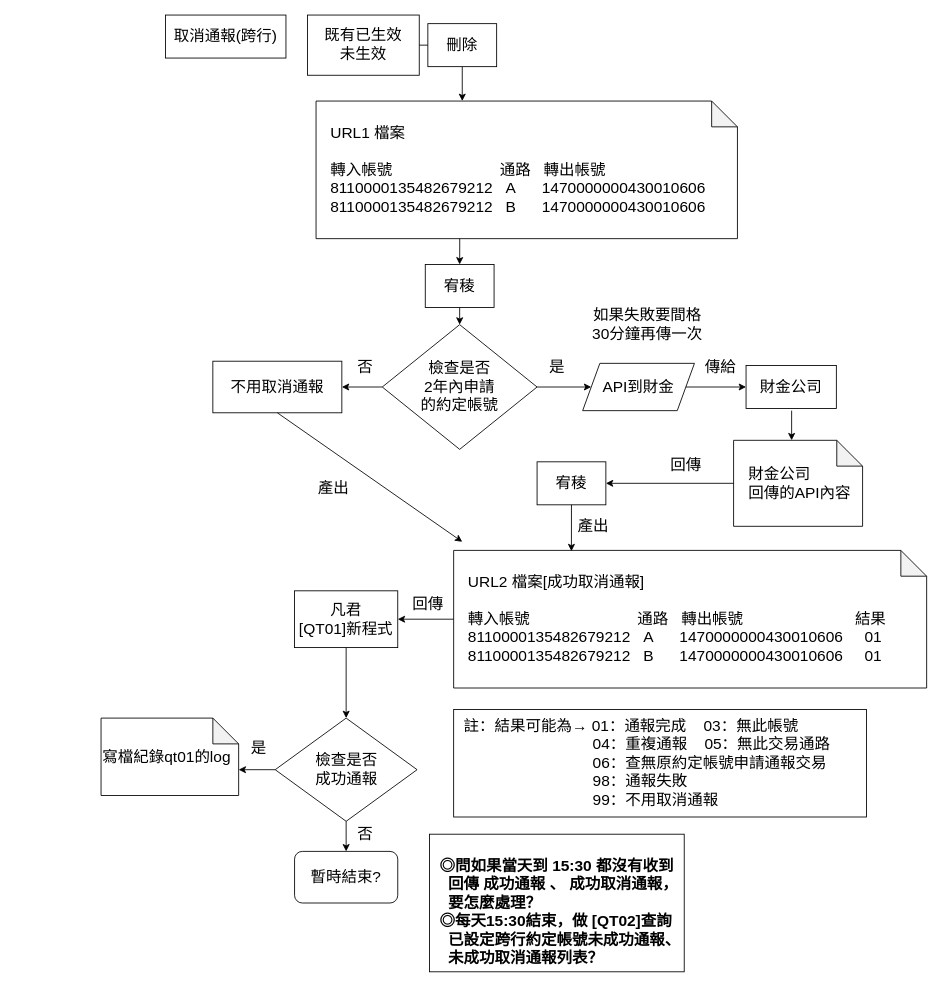
Earlier version of the draw.io diagram page "取消通報(跨行)" (4 of 7) of 約轉灰名單架構.drawio (yeahyeah0606/yeahyeah0606.github.io). Source tidied: cells renumbered, new cells numbered last; positions are measured from the earlier drawing's top-left corner, leaving out a move shared by most shapes. Both pictures are drawn from the tidied source at 86%, with x=0, y=0 at pixel (101, 15).
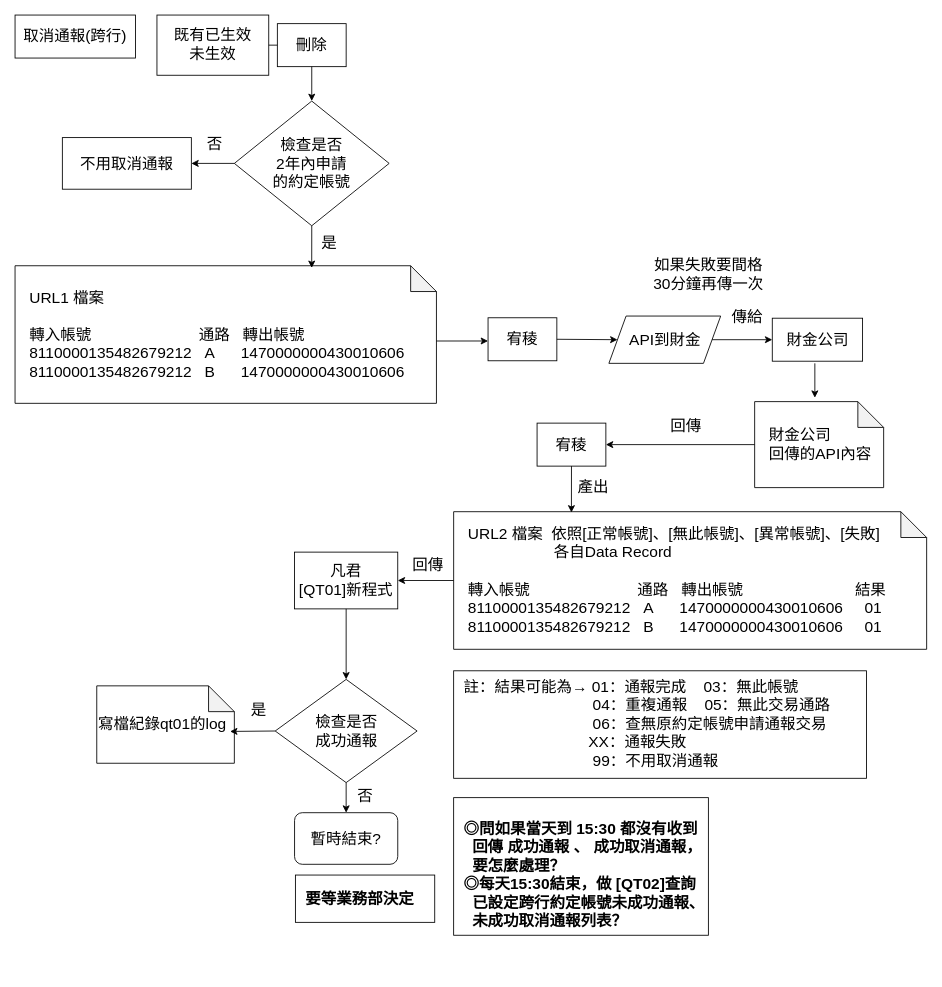
After the change.

Diff of the diagram source:
```diff
@@
     <mxCell id="2" value="&lt;font style=&quot;font-size: 18px;&quot;&gt;取消通報(跨行)&lt;/font&gt;" style="rounded=0;whiteSpace=wrap;html=1;" parent="1" vertex="1">
-      <mxGeometry x="75" width="140" height="50" as="geometry" />
+      <mxGeometry x="-100" width="140" height="50" as="geometry" />
     </mxCell>
     <mxCell id="3" value="&lt;font style=&quot;font-size: 18px;&quot;&gt;既有已生效&lt;br&gt;未生效&lt;br&gt;&lt;/font&gt;" style="rounded=0;whiteSpace=wrap;html=1;" parent="1" vertex="1">
-      <mxGeometry x="240" width="130" height="70" as="geometry" />
+      <mxGeometry x="65" width="130" height="70" as="geometry" />
     </mxCell>
     <mxCell id="4" value="&lt;font style=&quot;font-size: 18px;&quot;&gt;刪除&lt;/font&gt;" style="rounded=0;whiteSpace=wrap;html=1;" parent="1" vertex="1">
-      <mxGeometry x="380" y="10" width="80" height="50" as="geometry" />
+      <mxGeometry x="205" y="10" width="80" height="50" as="geometry" />
     </mxCell>
@@
     <mxCell id="6" value="&lt;font style=&quot;font-size: 18px;&quot;&gt;&amp;nbsp; &amp;nbsp;URL1 檔案&lt;br&gt;&lt;br&gt;&amp;nbsp; &amp;nbsp;轉入帳號&amp;nbsp; &amp;nbsp; &amp;nbsp; &amp;nbsp; &amp;nbsp; &amp;nbsp; &amp;nbsp; &amp;nbsp; &amp;nbsp; &amp;nbsp; &amp;nbsp; &amp;nbsp; &amp;nbsp;通路&amp;nbsp; &amp;nbsp;轉出帳號&lt;br&gt;&amp;nbsp; &amp;nbsp;8110000135482679212&amp;nbsp;&amp;nbsp;&amp;nbsp;&lt;/font&gt;&lt;font style=&quot;font-size: 18px;&quot;&gt;A&amp;nbsp; &amp;nbsp; &amp;nbsp;&amp;nbsp;&lt;/font&gt;&lt;font style=&quot;font-size: 18px;&quot;&gt;1470000000430010606&lt;br&gt;&lt;font style=&quot;border-color: var(--border-color);&quot;&gt;&amp;nbsp; &amp;nbsp;8110000135482679212&amp;nbsp; &amp;nbsp;B&lt;/font&gt;&lt;font style=&quot;border-color: var(--border-color);&quot;&gt;&amp;nbsp; &amp;nbsp; &amp;nbsp;&amp;nbsp;&lt;/font&gt;&lt;font style=&quot;border-color: var(--border-color);&quot;&gt;1470000000430010606&lt;/font&gt;&lt;br&gt;&lt;/font&gt;" style="shape=note;whiteSpace=wrap;html=1;backgroundOutline=1;darkOpacity=0.05;align=left;" parent="1" vertex="1">
-      <mxGeometry x="250" y="100" width="490" height="160" as="geometry" />
+      <mxGeometry x="-100" y="291.5" width="490" height="160" as="geometry" />
     </mxCell>
-    <mxCell id="7" value="&lt;font style=&quot;font-size: 18px;&quot;&gt;宥稜&lt;/font&gt;" style="rounded=0;whiteSpace=wrap;html=1;" parent="1" vertex="1">
-      <mxGeometry x="377" y="290" width="80" height="50" as="geometry" />
-    </mxCell>
     <mxCell id="8" value="&lt;span style=&quot;font-size: 18px;&quot;&gt;傳給&lt;/span&gt;" style="text;html=1;align=center;verticalAlign=middle;strokeColor=none;fillColor=none;" parent="1" vertex="1">
-      <mxGeometry x="690" y="390" width="60" height="40" as="geometry" />
+      <mxGeometry x="720.5" y="332" width="60" height="40" as="geometry" />
     </mxCell>
     <mxCell id="9" value="&lt;span style=&quot;font-size: 18px;&quot;&gt;API到財金&lt;/span&gt;" style="shape=parallelogram;perimeter=parallelogramPerimeter;whiteSpace=wrap;html=1;fixedSize=1;" parent="1" vertex="1">
-      <mxGeometry x="560" y="405" width="130" height="55" as="geometry" />
+      <mxGeometry x="590.5" y="350" width="130" height="55" as="geometry" />
     </mxCell>
     <mxCell id="10" value="&lt;span style=&quot;font-size: 18px;&quot;&gt;&amp;nbsp; &amp;nbsp;財金公司&lt;br&gt;&amp;nbsp; &amp;nbsp;回傳的API內容&lt;/span&gt;" style="shape=note;whiteSpace=wrap;html=1;backgroundOutline=1;darkOpacity=0.05;align=left;" parent="1" vertex="1">
-      <mxGeometry x="735.5" y="494.5" width="150" height="100" as="geometry" />
+      <mxGeometry x="760" y="449.5" width="150" height="100" as="geometry" />
     </mxCell>
     <mxCell id="11" value="&lt;font style=&quot;font-size: 18px;&quot;&gt;財金公司&lt;/font&gt;" style="rounded=0;whiteSpace=wrap;html=1;" parent="1" vertex="1">
-      <mxGeometry x="750" y="407.5" width="105" height="50" as="geometry" />
+      <mxGeometry x="780.5" y="352.5" width="105" height="50" as="geometry" />
     </mxCell>
@@
     <mxCell id="13" value="&lt;font style=&quot;font-size: 18px;&quot;&gt;如果失敗要間格&lt;br&gt;30分鐘再傳一次&lt;/font&gt;" style="text;html=1;align=center;verticalAlign=middle;strokeColor=none;fillColor=none;" parent="1" vertex="1">
-      <mxGeometry x="560" y="330" width="150" height="60" as="geometry" />
+      <mxGeometry x="630.5" y="272" width="150" height="60" as="geometry" />
     </mxCell>
     <mxCell id="14" value="&lt;span style=&quot;font-size: 18px;&quot;&gt;回傳&lt;/span&gt;" style="text;html=1;align=center;verticalAlign=middle;strokeColor=none;fillColor=none;" parent="1" vertex="1">
-      <mxGeometry x="650" y="502.5" width="60" height="40" as="geometry" />
+      <mxGeometry x="650" y="457.5" width="60" height="40" as="geometry" />
     </mxCell>
-    <mxCell id="15" value="&lt;font style=&quot;font-size: 18px;&quot;&gt;&amp;nbsp; &amp;nbsp;URL2 檔案[成功取消通報]&lt;br&gt;&lt;br&gt;&amp;nbsp; &amp;nbsp;轉入帳號&amp;nbsp; &amp;nbsp; &amp;nbsp; &amp;nbsp; &amp;nbsp; &amp;nbsp; &amp;nbsp; &amp;nbsp; &amp;nbsp; &amp;nbsp; &amp;nbsp; &amp;nbsp; &amp;nbsp;通路&amp;nbsp; &amp;nbsp;轉出帳號&amp;nbsp; &amp;nbsp; &amp;nbsp; &amp;nbsp; &amp;nbsp; &amp;nbsp; &amp;nbsp; &amp;nbsp; &amp;nbsp; &amp;nbsp; &amp;nbsp; &amp;nbsp; &amp;nbsp; 結果&lt;br&gt;&amp;nbsp; &amp;nbsp;8110000135482679212&amp;nbsp;&amp;nbsp;&amp;nbsp;&lt;/font&gt;&lt;font style=&quot;font-size: 18px;&quot;&gt;A&amp;nbsp; &amp;nbsp; &amp;nbsp;&amp;nbsp;&lt;/font&gt;&lt;font style=&quot;font-size: 18px;&quot;&gt;1470000000430010606&amp;nbsp; &amp;nbsp; &amp;nbsp;01&lt;br&gt;&lt;font style=&quot;border-color: var(--border-color);&quot;&gt;&amp;nbsp; &amp;nbsp;8110000135482679212&amp;nbsp; &amp;nbsp;B&lt;/font&gt;&lt;font style=&quot;border-color: var(--border-color);&quot;&gt;&amp;nbsp; &amp;nbsp; &amp;nbsp;&amp;nbsp;&lt;/font&gt;&lt;font style=&quot;border-color: var(--border-color);&quot;&gt;1470000000430010606&amp;nbsp; &amp;nbsp; &amp;nbsp;01&lt;/font&gt;&lt;br&gt;&lt;/font&gt;" style="shape=note;whiteSpace=wrap;html=1;backgroundOutline=1;darkOpacity=0.05;align=left;" parent="1" vertex="1">
-      <mxGeometry x="410" y="622.5" width="550" height="160" as="geometry" />
+    <mxCell id="15" value="&lt;font style=&quot;font-size: 18px;&quot;&gt;&amp;nbsp; &amp;nbsp;URL2 檔案&amp;nbsp; 依照[正常帳號]、[無此帳號]、[異常帳號]、[失敗]&lt;br style=&quot;border-color: var(--border-color);&quot;&gt;&amp;nbsp; &amp;nbsp; &amp;nbsp; &amp;nbsp; &amp;nbsp; &amp;nbsp; &amp;nbsp; &amp;nbsp; &amp;nbsp; &amp;nbsp; &amp;nbsp; &amp;nbsp;各自Data Record&lt;br&gt;&lt;br&gt;&amp;nbsp; &amp;nbsp;轉入帳號&amp;nbsp; &amp;nbsp; &amp;nbsp; &amp;nbsp; &amp;nbsp; &amp;nbsp; &amp;nbsp; &amp;nbsp; &amp;nbsp; &amp;nbsp; &amp;nbsp; &amp;nbsp; &amp;nbsp;通路&amp;nbsp; &amp;nbsp;轉出帳號&amp;nbsp; &amp;nbsp; &amp;nbsp; &amp;nbsp; &amp;nbsp; &amp;nbsp; &amp;nbsp; &amp;nbsp; &amp;nbsp; &amp;nbsp; &amp;nbsp; &amp;nbsp; &amp;nbsp; 結果&lt;br&gt;&amp;nbsp; &amp;nbsp;8110000135482679212&amp;nbsp;&amp;nbsp;&amp;nbsp;&lt;/font&gt;&lt;font style=&quot;font-size: 18px;&quot;&gt;A&amp;nbsp; &amp;nbsp; &amp;nbsp;&amp;nbsp;&lt;/font&gt;&lt;font style=&quot;font-size: 18px;&quot;&gt;1470000000430010606&amp;nbsp; &amp;nbsp; &amp;nbsp;01&lt;br&gt;&lt;font style=&quot;border-color: var(--border-color);&quot;&gt;&amp;nbsp; &amp;nbsp;8110000135482679212&amp;nbsp; &amp;nbsp;B&lt;/font&gt;&lt;font style=&quot;border-color: var(--border-color);&quot;&gt;&amp;nbsp; &amp;nbsp; &amp;nbsp;&amp;nbsp;&lt;/font&gt;&lt;font style=&quot;border-color: var(--border-color);&quot;&gt;1470000000430010606&amp;nbsp; &amp;nbsp; &amp;nbsp;01&lt;/font&gt;&lt;br&gt;&lt;/font&gt;" style="shape=note;whiteSpace=wrap;html=1;backgroundOutline=1;darkOpacity=0.05;align=left;" parent="1" vertex="1">
+      <mxGeometry x="410" y="577.5" width="550" height="160" as="geometry" />
     </mxCell>
     <mxCell id="16" value="&lt;font style=&quot;font-size: 18px;&quot;&gt;產出&lt;/font&gt;" style="text;html=1;align=center;verticalAlign=middle;strokeColor=none;fillColor=none;" parent="1" vertex="1">
-      <mxGeometry x="542" y="573.5" width="60" height="40" as="geometry" />
+      <mxGeometry x="542" y="528.5" width="60" height="40" as="geometry" />
     </mxCell>
     <mxCell id="17" value="&lt;font style=&quot;font-size: 18px;&quot;&gt;檢查是否&lt;br&gt;成功通報&lt;br&gt;&lt;/font&gt;" style="rhombus;whiteSpace=wrap;html=1;" parent="1" vertex="1">
-      <mxGeometry x="202.5" y="817.5" width="165" height="120" as="geometry" />
+      <mxGeometry x="202.5" y="772.5" width="165" height="120" as="geometry" />
     </mxCell>
     <mxCell id="18" value="&lt;span style=&quot;font-size: 18px;&quot;&gt;否&lt;/span&gt;" style="text;html=1;align=center;verticalAlign=middle;strokeColor=none;fillColor=none;" parent="1" vertex="1">
-      <mxGeometry x="287" y="932.5" width="40" height="40" as="geometry" />
+      <mxGeometry x="287" y="887.5" width="40" height="40" as="geometry" />
     </mxCell>
     <mxCell id="19" value="&lt;font style=&quot;font-size: 18px;&quot;&gt;暫時結束?&lt;/font&gt;" style="rounded=1;whiteSpace=wrap;html=1;" parent="1" vertex="1">
-      <mxGeometry x="225" y="972.5" width="120" height="60" as="geometry" />
+      <mxGeometry x="225" y="927.5" width="120" height="60" as="geometry" />
     </mxCell>
     <mxCell id="20" value="&lt;font style=&quot;font-size: 18px;&quot;&gt;凡君&lt;br style=&quot;border-color: var(--border-color);&quot;&gt;[QT01]新程式&lt;/font&gt;" style="rounded=0;whiteSpace=wrap;html=1;" parent="1" vertex="1">
-      <mxGeometry x="225" y="669.5" width="120" height="66" as="geometry" />
+      <mxGeometry x="225" y="624.5" width="120" height="66" as="geometry" />
     </mxCell>
     <mxCell id="21" value="&lt;span style=&quot;font-size: 18px;&quot;&gt;是&lt;/span&gt;" style="text;html=1;align=center;verticalAlign=middle;strokeColor=none;fillColor=none;" parent="1" vertex="1">
-      <mxGeometry x="510" y="390" width="40" height="40" as="geometry" />
+      <mxGeometry x="245" y="245" width="40" height="40" as="geometry" />
     </mxCell>
     <mxCell id="22" value="&lt;span style=&quot;font-size: 18px;&quot;&gt;否&lt;/span&gt;" style="text;html=1;align=center;verticalAlign=middle;strokeColor=none;fillColor=none;" parent="1" vertex="1">
-      <mxGeometry x="287" y="390" width="40" height="40" as="geometry" />
+      <mxGeometry x="112" y="130" width="40" height="40" as="geometry" />
     </mxCell>
     <mxCell id="23" value="&lt;font style=&quot;font-size: 18px;&quot;&gt;檢查是否&lt;br&gt;2年內申請&lt;br&gt;的約定帳號&lt;/font&gt;" style="rhombus;whiteSpace=wrap;html=1;" parent="1" vertex="1">
-      <mxGeometry x="327" y="360" width="180" height="145" as="geometry" />
+      <mxGeometry x="155" y="100" width="180" height="145" as="geometry" />
     </mxCell>
-    <mxCell id="24" style="endArrow=classic;html=1;rounded=0;exitX=0.5;exitY=1;exitDx=0;exitDy=0;" parent="1" edge="1" source="7" target="23">
-      <mxGeometry relative="1" as="geometry" />
-    </mxCell>
-    <mxCell id="25" style="endArrow=classic;html=1;rounded=0;exitX=0.341;exitY=1;exitDx=0;exitDy=0;exitPerimeter=0;entryX=0.5;entryY=0;entryDx=0;entryDy=0;" parent="1" edge="1" source="6" target="7">
-      <mxGeometry relative="1" as="geometry" />
-    </mxCell>
-    <mxCell id="26" style="endArrow=classic;html=1;rounded=0;exitX=1;exitY=0.5;exitDx=0;exitDy=0;entryX=0;entryY=0.5;entryDx=0;entryDy=0;" parent="1" edge="1" source="23" target="9">
-      <mxGeometry relative="1" as="geometry" />
-    </mxCell>
     <mxCell id="27" value="&lt;font style=&quot;font-size: 18px;&quot;&gt;宥稜&lt;/font&gt;" style="rounded=0;whiteSpace=wrap;html=1;" parent="1" vertex="1">
-      <mxGeometry x="507" y="519.5" width="80" height="50" as="geometry" />
+      <mxGeometry x="507" y="474.5" width="80" height="50" as="geometry" />
     </mxCell>
@@
-    <mxCell id="29" style="endArrow=classic;html=1;rounded=0;entryX=0.45;entryY=0;entryDx=0;entryDy=0;entryPerimeter=0;" parent="1" edge="1" target="10">
+    <mxCell id="29" style="endArrow=classic;html=1;rounded=0;" parent="1" edge="1">
       <mxGeometry relative="1" as="geometry">
-        <mxPoint x="803" y="460" as="sourcePoint" />
+        <mxPoint x="830" y="405" as="sourcePoint" />
+        <mxPoint x="830" y="445" as="targetPoint" />
       </mxGeometry>
     </mxCell>
-    <mxCell id="30" style="endArrow=classic;html=1;rounded=0;exitX=0.5;exitY=1;exitDx=0;exitDy=0;" parent="1" edge="1" source="4">
-      <mxGeometry relative="1" as="geometry">
-        <mxPoint x="420" y="100" as="targetPoint" />
-      </mxGeometry>
-    </mxCell>
@@
     <mxCell id="33" value="&lt;span style=&quot;font-size: 18px;&quot;&gt;回傳&lt;/span&gt;" style="text;html=1;align=center;verticalAlign=middle;strokeColor=none;fillColor=none;" parent="1" vertex="1">
-      <mxGeometry x="350" y="664.5" width="60" height="40" as="geometry" />
+      <mxGeometry x="350" y="619.5" width="60" height="40" as="geometry" />
     </mxCell>
@@
     <mxCell id="36" value="&lt;font style=&quot;font-size: 18px;&quot;&gt;寫檔紀錄qt01的log&lt;br&gt;&lt;/font&gt;" style="shape=note;whiteSpace=wrap;html=1;backgroundOutline=1;darkOpacity=0.05;align=left;" parent="1" vertex="1">
-      <mxGeometry y="817.5" width="160" height="90" as="geometry" />
+      <mxGeometry x="-5" y="780" width="160" height="90" as="geometry" />
     </mxCell>
     <mxCell id="37" value="&lt;span style=&quot;font-size: 18px;&quot;&gt;是&lt;/span&gt;" style="text;html=1;align=center;verticalAlign=middle;strokeColor=none;fillColor=none;" parent="1" vertex="1">
-      <mxGeometry x="162.5" y="832.5" width="40" height="40" as="geometry" />
+      <mxGeometry x="162.5" y="787.5" width="40" height="40" as="geometry" />
     </mxCell>
     <mxCell id="38" value="&lt;font style=&quot;font-size: 18px;&quot;&gt;不用取消通報&lt;/font&gt;" style="rounded=0;whiteSpace=wrap;html=1;" parent="1" vertex="1">
-      <mxGeometry x="130" y="402.5" width="150" height="60" as="geometry" />
+      <mxGeometry x="-45" y="142.5" width="150" height="60" as="geometry" />
     </mxCell>
@@
-    <mxCell id="40" style="endArrow=classic;html=1;rounded=0;exitX=0.5;exitY=1;exitDx=0;exitDy=0;" parent="1" edge="1" source="38">
-      <mxGeometry relative="1" as="geometry">
-        <mxPoint x="420" y="612.5" as="targetPoint" />
-      </mxGeometry>
-    </mxCell>
-    <mxCell id="41" value="&lt;font style=&quot;font-size: 18px;&quot;&gt;產出&lt;/font&gt;" style="text;html=1;align=center;verticalAlign=middle;strokeColor=none;fillColor=none;" parent="1" vertex="1">
-      <mxGeometry x="240" y="529.5" width="60" height="40" as="geometry" />
-    </mxCell>
-    <mxCell id="42" style="endArrow=classic;html=1;rounded=0;exitX=0;exitY=0.5;exitDx=0;exitDy=0;entryX=0;entryY=0;entryDx=160;entryDy=60;entryPerimeter=0;" parent="1" edge="1" source="17" target="36">
+    <mxCell id="42" style="endArrow=classic;html=1;rounded=0;exitX=0;exitY=0.5;exitDx=0;exitDy=0;entryX=0.969;entryY=0.589;entryDx=0;entryDy=0;entryPerimeter=0;" parent="1" edge="1" source="17" target="36">
       <mxGeometry relative="1" as="geometry" />
     </mxCell>
-    <mxCell id="43" value="&lt;font style=&quot;font-size: 18px;&quot;&gt;&amp;nbsp; 註：結果可能為→ 01：通報完成&amp;nbsp; &amp;nbsp; 03：無此帳號&amp;nbsp;&lt;br&gt;&amp;nbsp; &amp;nbsp; &amp;nbsp; &amp;nbsp; &amp;nbsp; &amp;nbsp; &amp;nbsp; &amp;nbsp; &amp;nbsp; &amp;nbsp; &amp;nbsp; &amp;nbsp; &amp;nbsp; &amp;nbsp; &amp;nbsp; &amp;nbsp; 04：重複通報&amp;nbsp; &amp;nbsp; 05：無此交易通路&lt;br&gt;&amp;nbsp; &amp;nbsp; &amp;nbsp; &amp;nbsp; &amp;nbsp; &amp;nbsp; &amp;nbsp; &amp;nbsp; &amp;nbsp; &amp;nbsp; &amp;nbsp; &amp;nbsp; &amp;nbsp; &amp;nbsp; &amp;nbsp; &amp;nbsp;&amp;nbsp;&lt;/font&gt;&lt;font style=&quot;font-size: 18px;&quot;&gt;06：查無原約定帳號申請通報交易&lt;br&gt;&amp;nbsp; &amp;nbsp; &amp;nbsp; &amp;nbsp; &amp;nbsp; &amp;nbsp; &amp;nbsp; &amp;nbsp; &amp;nbsp; &amp;nbsp; &amp;nbsp; &amp;nbsp; &amp;nbsp; &amp;nbsp; &amp;nbsp; &amp;nbsp; 98：通報失敗&lt;br&gt;&lt;/font&gt;&lt;font style=&quot;border-color: var(--border-color); font-size: 18px;&quot;&gt;&amp;nbsp; &amp;nbsp; &amp;nbsp; &amp;nbsp; &amp;nbsp; &amp;nbsp; &amp;nbsp; &amp;nbsp; &amp;nbsp; &amp;nbsp; &amp;nbsp; &amp;nbsp; &amp;nbsp; &amp;nbsp; &amp;nbsp; &amp;nbsp; 99&lt;/font&gt;&lt;font style=&quot;border-color: var(--border-color); font-size: 18px;&quot;&gt;：不用取消通報&lt;/font&gt;&lt;span style=&quot;font-size: 18px;&quot;&gt;&lt;br&gt;&lt;/span&gt;" style="rounded=0;whiteSpace=wrap;html=1;align=left;" parent="1" vertex="1">
-      <mxGeometry x="410" y="807.5" width="480" height="125" as="geometry" />
+    <mxCell id="43" value="&lt;font style=&quot;font-size: 18px;&quot;&gt;&amp;nbsp; 註：結果可能為→ 01：通報完成&amp;nbsp; &amp;nbsp; 03：無此帳號&amp;nbsp;&lt;br&gt;&amp;nbsp; &amp;nbsp; &amp;nbsp; &amp;nbsp; &amp;nbsp; &amp;nbsp; &amp;nbsp; &amp;nbsp; &amp;nbsp; &amp;nbsp; &amp;nbsp; &amp;nbsp; &amp;nbsp; &amp;nbsp; &amp;nbsp; &amp;nbsp; 04：重複通報&amp;nbsp; &amp;nbsp; 05：無此交易通路&lt;br&gt;&amp;nbsp; &amp;nbsp; &amp;nbsp; &amp;nbsp; &amp;nbsp; &amp;nbsp; &amp;nbsp; &amp;nbsp; &amp;nbsp; &amp;nbsp; &amp;nbsp; &amp;nbsp; &amp;nbsp; &amp;nbsp; &amp;nbsp; &amp;nbsp;&amp;nbsp;&lt;/font&gt;&lt;font style=&quot;font-size: 18px;&quot;&gt;06：查無原約定帳號申請通報交易&lt;br&gt;&amp;nbsp; &amp;nbsp; &amp;nbsp; &amp;nbsp; &amp;nbsp; &amp;nbsp; &amp;nbsp; &amp;nbsp; &amp;nbsp; &amp;nbsp; &amp;nbsp; &amp;nbsp; &amp;nbsp; &amp;nbsp; &amp;nbsp; &amp;nbsp;XX：通報失敗&lt;br&gt;&lt;/font&gt;&lt;font style=&quot;border-color: var(--border-color); font-size: 18px;&quot;&gt;&amp;nbsp; &amp;nbsp; &amp;nbsp; &amp;nbsp; &amp;nbsp; &amp;nbsp; &amp;nbsp; &amp;nbsp; &amp;nbsp; &amp;nbsp; &amp;nbsp; &amp;nbsp; &amp;nbsp; &amp;nbsp; &amp;nbsp; &amp;nbsp; 99&lt;/font&gt;&lt;font style=&quot;border-color: var(--border-color); font-size: 18px;&quot;&gt;：不用取消通報&lt;/font&gt;&lt;span style=&quot;font-size: 18px;&quot;&gt;&lt;br&gt;&lt;/span&gt;" style="rounded=0;whiteSpace=wrap;html=1;align=left;" parent="1" vertex="1">
+      <mxGeometry x="410" y="762.5" width="480" height="125" as="geometry" />
     </mxCell>
     <mxCell id="44" value="&lt;font style=&quot;&quot;&gt;&lt;font style=&quot;font-weight: bold; font-size: 18px;&quot;&gt;&lt;br&gt;&amp;nbsp; &lt;b style=&quot;border-color: var(--border-color);&quot;&gt;◎&lt;/b&gt;&lt;/font&gt;&lt;b&gt;&lt;font style=&quot;font-size: 18px;&quot;&gt;&lt;font style=&quot;&quot;&gt;問如果當&lt;/font&gt;&lt;span style=&quot;background-color: initial;&quot;&gt;天到 15:30 都沒有收到&amp;nbsp; &lt;br&gt;&amp;nbsp; &amp;nbsp; 回傳 成功通報 、 成功取消通報，&lt;br&gt;&amp;nbsp; &amp;nbsp; 要怎麼處理？&lt;br&gt;&lt;/span&gt;&lt;/font&gt;&lt;/b&gt;&lt;font style=&quot;font-size: 18px;&quot;&gt;&lt;b&gt;&amp;nbsp; ◎每&lt;font style=&quot;&quot;&gt;天&lt;/font&gt;&lt;/b&gt;&lt;/font&gt;&lt;font style=&quot;font-size: 18px;&quot;&gt;&lt;b&gt;15:30結束，做 [QT02]查詢&lt;br style=&quot;border-color: var(--border-color);&quot;&gt;&amp;nbsp; &amp;nbsp; 已設定跨行約定帳號未成功通報、&lt;br style=&quot;border-color: var(--border-color);&quot;&gt;&amp;nbsp; &amp;nbsp; 未成功取消通報列表？&lt;/b&gt;&lt;/font&gt;&lt;b&gt;&lt;font style=&quot;font-size: 18px;&quot;&gt;&lt;br&gt;&lt;/font&gt;&lt;/b&gt;&lt;/font&gt;" style="rounded=0;whiteSpace=wrap;html=1;align=left;" parent="1" vertex="1">
-      <mxGeometry x="381.9" y="952.5" width="296.2" height="160" as="geometry" />
+      <mxGeometry x="410" y="910" width="296.2" height="160" as="geometry" />
     </mxCell>
+    <mxCell id="7" value="&lt;font style=&quot;font-size: 18px;&quot;&gt;宥稜&lt;/font&gt;" style="rounded=0;whiteSpace=wrap;html=1;" parent="1" vertex="1">
+      <mxGeometry x="450" y="352" width="80" height="50" as="geometry" />
+    </mxCell>
+    <mxCell id="45" style="endArrow=classic;html=1;rounded=0;exitX=1;exitY=0.5;exitDx=0;exitDy=0;entryX=0;entryY=0.5;entryDx=0;entryDy=0;" parent="1" edge="1" source="7" target="9">
+      <mxGeometry relative="1" as="geometry" />
+    </mxCell>
+    <mxCell id="46" style="endArrow=classic;html=1;rounded=0;exitX=0.5;exitY=1;exitDx=0;exitDy=0;" parent="1" edge="1" source="4" target="23">
+      <mxGeometry relative="1" as="geometry" />
+    </mxCell>
+    <mxCell id="47" style="endArrow=classic;html=1;rounded=0;entryX=0.704;entryY=0.016;entryDx=0;entryDy=0;entryPerimeter=0;exitX=0.5;exitY=1;exitDx=0;exitDy=0;" parent="1" edge="1" source="23" target="6">
+      <mxGeometry relative="1" as="geometry" />
+    </mxCell>
+    <mxCell id="48" style="endArrow=classic;html=1;rounded=0;exitX=1;exitY=0.547;exitDx=0;exitDy=0;exitPerimeter=0;" parent="1" edge="1" source="6">
+      <mxGeometry relative="1" as="geometry">
+        <mxPoint x="450" y="379" as="targetPoint" />
+      </mxGeometry>
+    </mxCell>
+    <mxCell id="49" value="&lt;font style=&quot;font-size: 18px;&quot;&gt;&lt;b&gt;&amp;nbsp; 要等業務部決定&lt;/b&gt;&lt;/font&gt;" style="rounded=0;whiteSpace=wrap;html=1;align=left;" parent="1" vertex="1">
+      <mxGeometry x="226" y="1000" width="162" height="55" as="geometry" />
+    </mxCell>
```
